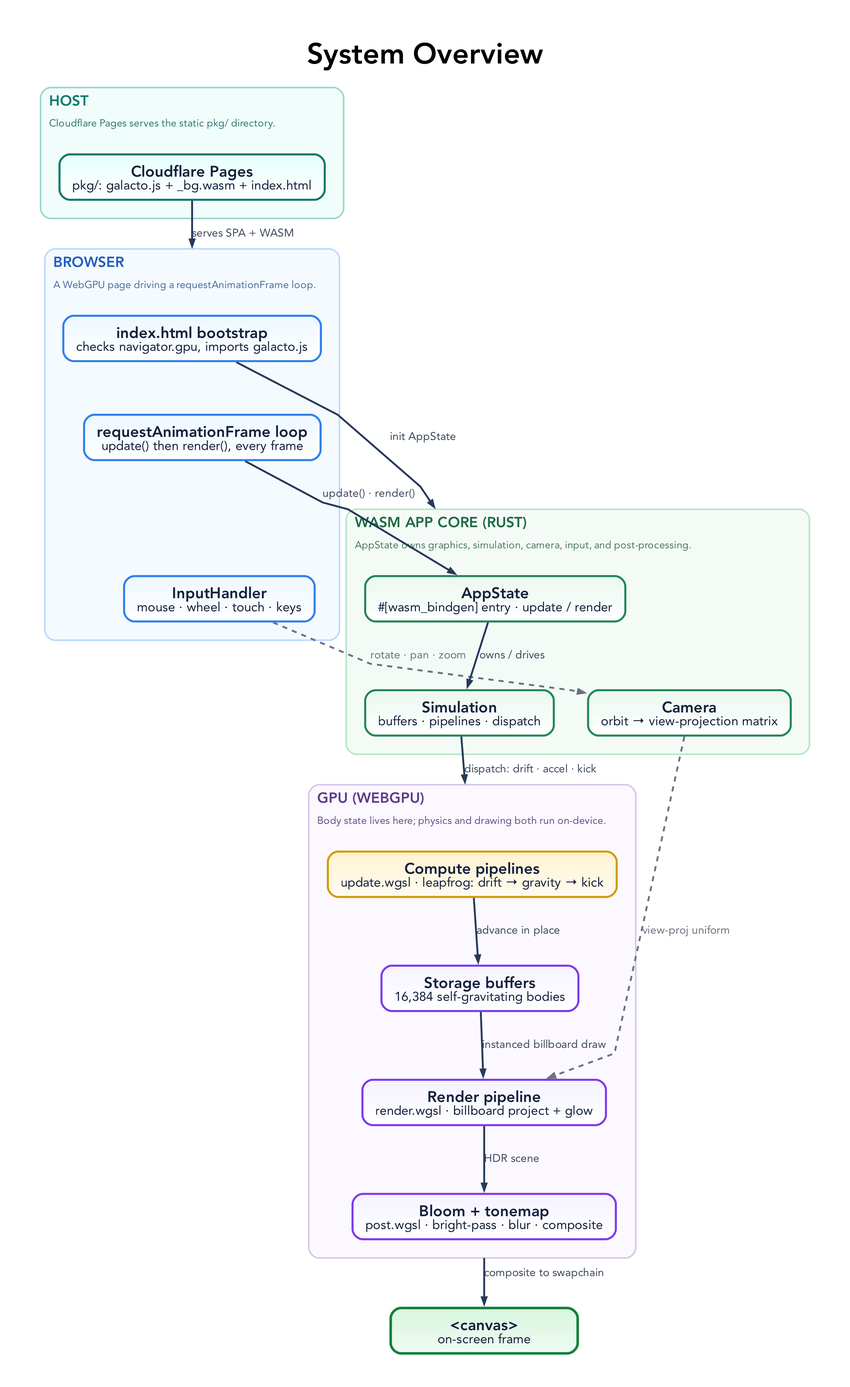
Before: docs/diagrams/system-overview.png, a diagram exported from Graphviz (tre-systems/galacto). Its source is kept beside it as docs/diagrams/system-overview.dot.
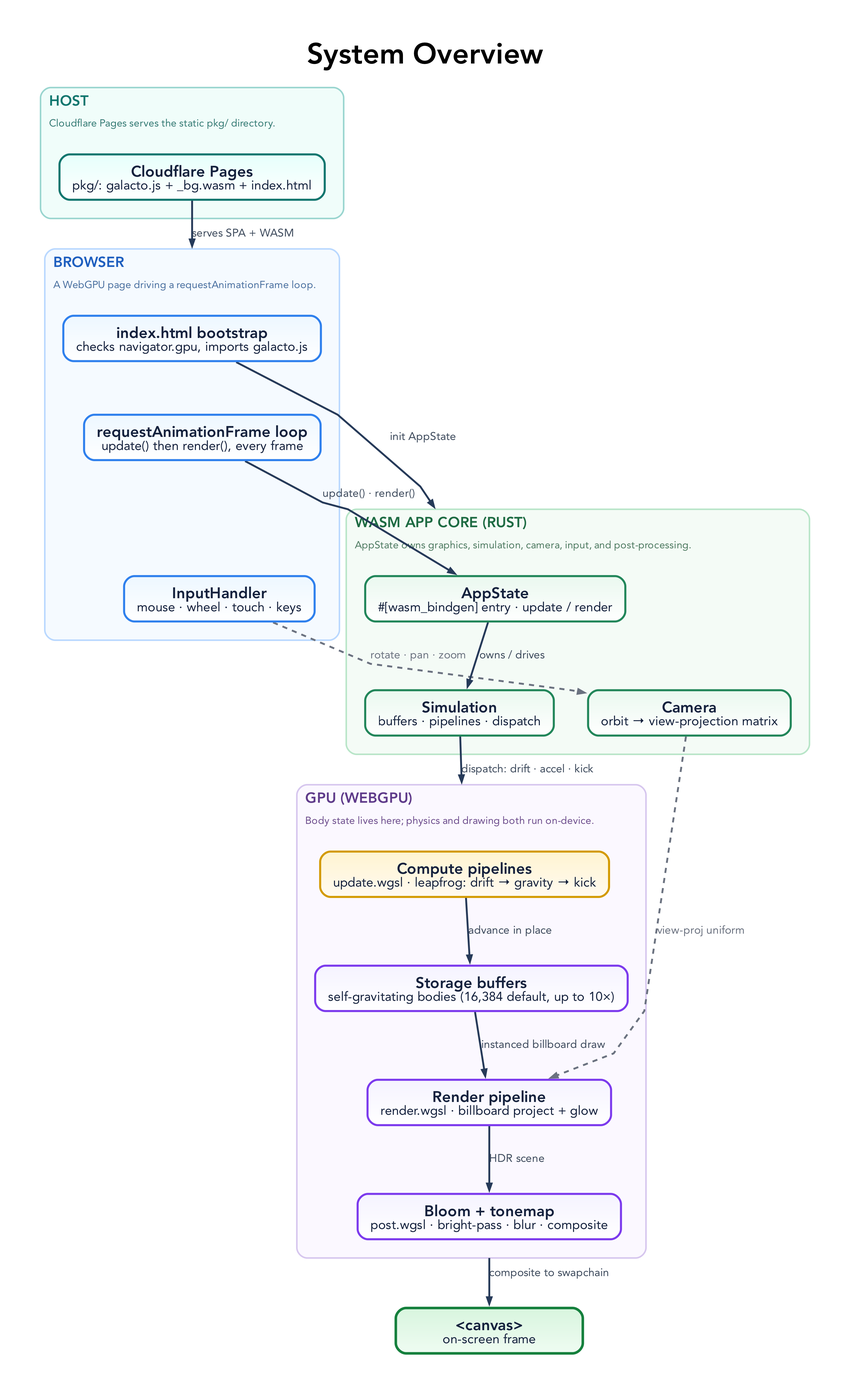
The same file after the commit.

The edit, as a diff of the source:
```diff
@@ -106,7 +106,7 @@
       color="#d6c6ee", fillcolor="#fbf8ff", style="rounded,filled", penwidth=1.8, margin=22
     ];
     G1 [label=<<B>Compute pipelines</B><BR/><FONT POINT-SIZE="15">update.wgsl · leapfrog: drift → gravity → kick</FONT>>, fillcolor="#fff4d1:#fffaf0", color="#d39a00"];
-    G2 [label=<<B>Storage buffers</B><BR/><FONT POINT-SIZE="15">16,384 self-gravitating bodies</FONT>>, fillcolor="#f5f3ff:#ffffff", color="#7c3aed"];
+    G2 [label=<<B>Storage buffers</B><BR/><FONT POINT-SIZE="15">self-gravitating bodies (16,384 default, up to 10×)</FONT>>, fillcolor="#f5f3ff:#ffffff", color="#7c3aed"];
     G3 [label=<<B>Render pipeline</B><BR/><FONT POINT-SIZE="15">render.wgsl · billboard project + glow</FONT>>, fillcolor="#f5f3ff:#ffffff", color="#7c3aed"];
     G4 [label=<<B>Bloom + tonemap</B><BR/><FONT POINT-SIZE="15">post.wgsl · bright-pass · blur · composite</FONT>>, fillcolor="#f5f3ff:#ffffff", color="#7c3aed"];
   }
```
